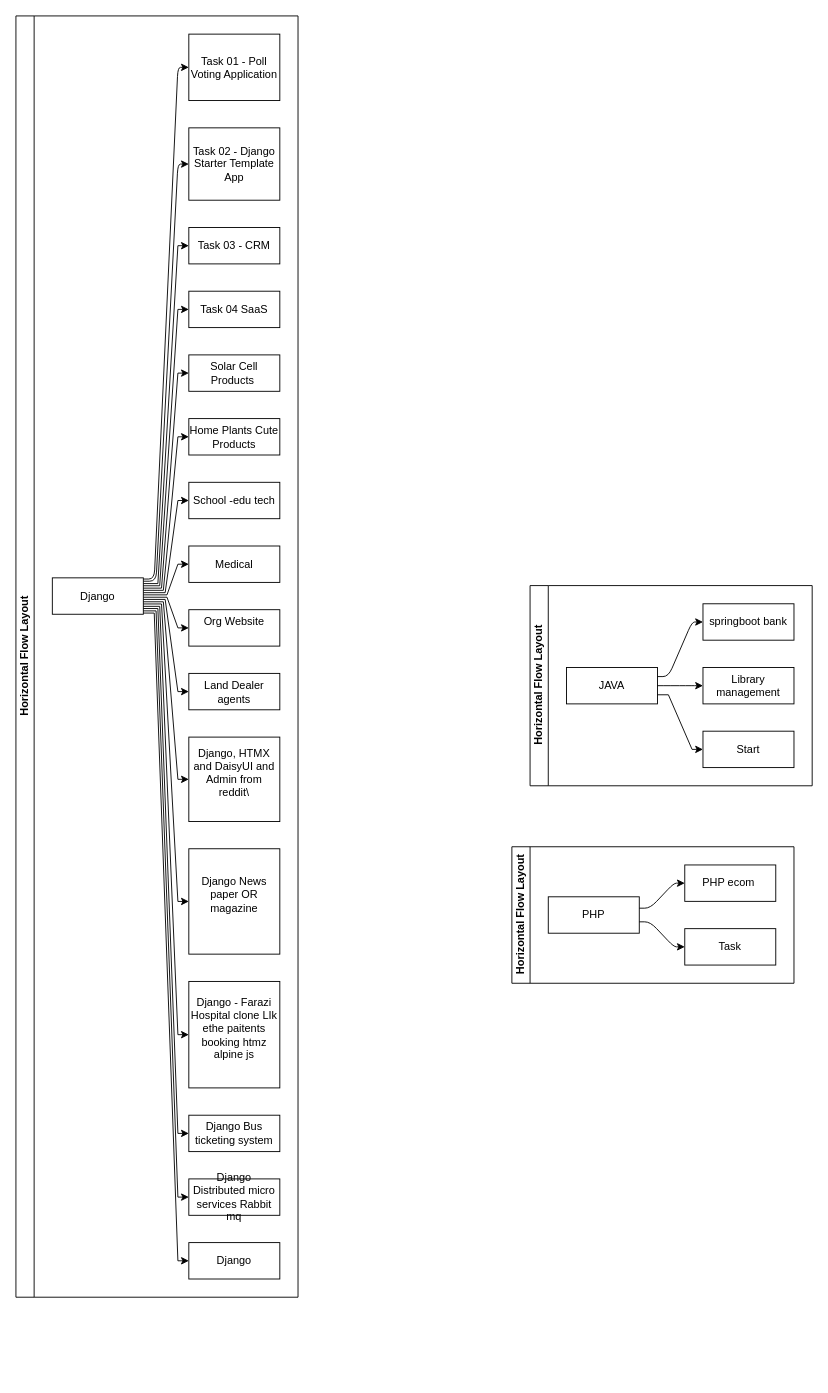
The draw.io diagram mindmaps - 001 Diagram.drawio in sip005/drawio_01, before the edit. Source tidied: cells renumbered, new cells numbered last; positions are measured from the earlier drawing's top-left corner, leaving out a move shared by most shapes. Both pictures are drawn from the tidied source at 91%, with x=0, y=0 at pixel (15, 15).
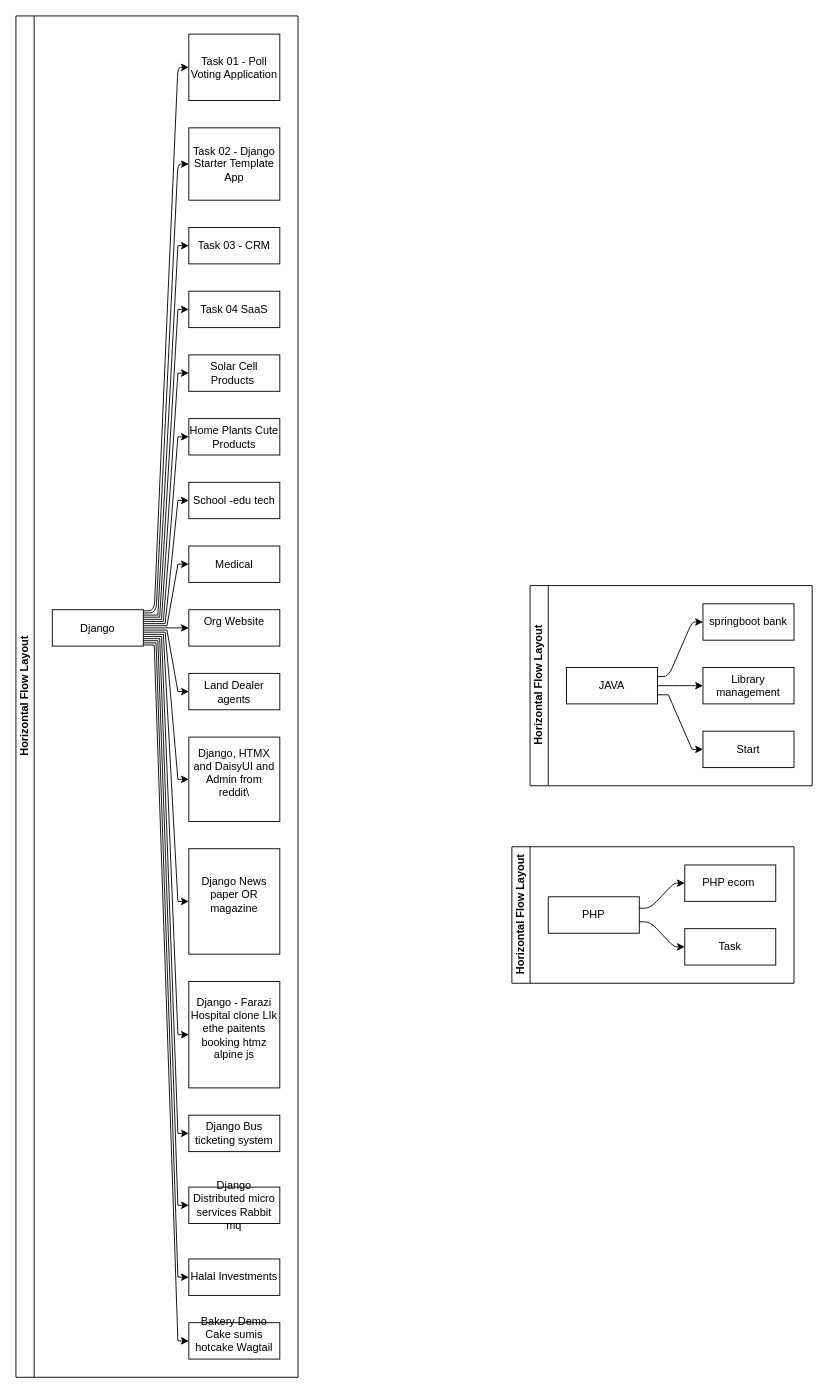
The same page after the edit.

Unchanged cells that the change refers to:
```xml
<mxCell id="4" value="Task 01 - Poll Voting Application" style="whiteSpace=wrap;html=1;" parent="2" vertex="1">
  <mxGeometry x="190" y="20" width="100" height="73" as="geometry" />
</mxCell>
<mxCell id="6" value="Task 02 - Django Starter Template App" style="whiteSpace=wrap;html=1;" parent="2" vertex="1">
  <mxGeometry x="190" y="123" width="100" height="79.5" as="geometry" />
</mxCell>
<mxCell id="9" value="Task 03 - CRM" style="whiteSpace=wrap;html=1;" parent="2" vertex="1">
  <mxGeometry x="190" y="232.5" width="100" height="40" as="geometry" />
</mxCell>
<mxCell id="11" value="Task 04 SaaS" style="whiteSpace=wrap;html=1;" parent="2" vertex="1">
  <mxGeometry x="190" y="302.5" width="100" height="40" as="geometry" />
</mxCell>
<mxCell id="13" value="Solar Cell Products&amp;nbsp;" style="whiteSpace=wrap;html=1;" parent="2" vertex="1">
  <mxGeometry x="190" y="372.5" width="100" height="40" as="geometry" />
</mxCell>
<mxCell id="15" value="Home Plants Cute Products" style="whiteSpace=wrap;html=1;" parent="2" vertex="1">
  <mxGeometry x="190" y="442.5" width="100" height="40" as="geometry" />
</mxCell>
<mxCell id="17" value="School -edu tech" style="whiteSpace=wrap;html=1;" parent="2" vertex="1">
  <mxGeometry x="190" y="512.5" width="100" height="40" as="geometry" />
</mxCell>
<mxCell id="19" value="Medical" style="whiteSpace=wrap;html=1;" parent="2" vertex="1">
  <mxGeometry x="190" y="582.5" width="100" height="40" as="geometry" />
</mxCell>
<mxCell id="21" value="Org Website&lt;div&gt;&lt;br&gt;&lt;/div&gt;" style="whiteSpace=wrap;html=1;" parent="2" vertex="1">
  <mxGeometry x="190" y="652.5" width="100" height="40" as="geometry" />
</mxCell>
<mxCell id="23" value="Land Dealer agents" style="whiteSpace=wrap;html=1;" parent="2" vertex="1">
  <mxGeometry x="190" y="722.5" width="100" height="40" as="geometry" />
</mxCell>
<mxCell id="25" value="Django, HTMX and DaisyUI and Admin from reddit\&lt;div&gt;&lt;br&gt;&lt;/div&gt;" style="whiteSpace=wrap;html=1;" parent="2" vertex="1">
  <mxGeometry x="190" y="792.5" width="100" height="92.8" as="geometry" />
</mxCell>
<mxCell id="27" value="Django News paper OR magazine&lt;div&gt;&lt;br&gt;&lt;/div&gt;" style="whiteSpace=wrap;html=1;" parent="2" vertex="1">
  <mxGeometry x="190" y="915.2" width="100" height="115.8" as="geometry" />
</mxCell>
<mxCell id="29" value="Django - Farazi Hospital clone LIk ethe paitents booking htmz alpine js&lt;div&gt;&lt;br&gt;&lt;/div&gt;" style="whiteSpace=wrap;html=1;" parent="2" vertex="1">
  <mxGeometry x="190" y="1061" width="100" height="117" as="geometry" />
</mxCell>
<mxCell id="31" value="Django Bus ticketing system" style="whiteSpace=wrap;html=1;" parent="2" vertex="1">
  <mxGeometry x="190" y="1208" width="100" height="40" as="geometry" />
</mxCell>
```

What changed in the source:
```diff
@@
     <mxCell id="2" value="Horizontal Flow Layout" style="swimlane;html=1;startSize=20;horizontal=0;flowOrientation=west;interRankCellSpacing=50;containerType=tree;fontSize=12;" parent="1" vertex="1">
-      <mxGeometry width="310" height="1408" as="geometry" />
+      <mxGeometry width="310" height="1496" as="geometry" />
     </mxCell>
     <mxCell id="3" value="Django" style="whiteSpace=wrap;html=1;" parent="2" vertex="1">
-      <mxGeometry x="40" y="617.5" width="100" height="40" as="geometry" />
+      <mxGeometry x="40" y="652.5" width="100" height="40" as="geometry" />
     </mxCell>
@@
     <mxCell id="5" style="html=1;rounded=1;curved=0;sourcePerimeterSpacing=0;targetPerimeterSpacing=0;startSize=6;endSize=6;noEdgeStyle=1;orthogonal=1;" parent="2" edge="1" source="3" target="4">
       <mxGeometry relative="1" as="geometry">
         <Array as="points">
-          <mxPoint x="152" y="618.8" />
+          <mxPoint x="152" y="653.7" />
           <mxPoint x="178" y="56.5" />
         </Array>
       </mxGeometry>
     </mxCell>
@@
     <mxCell id="7" style="html=1;rounded=1;curved=0;sourcePerimeterSpacing=0;targetPerimeterSpacing=0;startSize=6;endSize=6;noEdgeStyle=1;orthogonal=1;" parent="2" edge="1" source="3" target="6">
       <mxGeometry relative="1" as="geometry">
         <Array as="points">
-          <mxPoint x="154" y="621.2" />
+          <mxPoint x="154" y="656" />
           <mxPoint x="178" y="162.8" />
         </Array>
       </mxGeometry>
     </mxCell>
     <mxCell id="8" style="edgeStyle=orthogonalEdgeStyle;rounded=0;jettySize=auto;html=1;noEdgeStyle=1;orthogonal=1;" parent="2" edge="1" source="3" target="9">
       <mxGeometry relative="1" as="geometry">
         <Array as="points">
-          <mxPoint x="156" y="623.8" />
+          <mxPoint x="156" y="658.4" />
           <mxPoint x="178" y="252.5" />
         </Array>
       </mxGeometry>
     </mxCell>
@@
     <mxCell id="10" style="edgeStyle=orthogonalEdgeStyle;rounded=0;jettySize=auto;html=1;noEdgeStyle=1;orthogonal=1;" parent="2" edge="1" source="3" target="11">
       <mxGeometry relative="1" as="geometry">
         <Array as="points">
-          <mxPoint x="158" y="626.2" />
+          <mxPoint x="158" y="660.7" />
           <mxPoint x="178" y="322.5" />
         </Array>
       </mxGeometry>
     </mxCell>
@@
     <mxCell id="12" style="edgeStyle=orthogonalEdgeStyle;rounded=0;jettySize=auto;html=1;noEdgeStyle=1;orthogonal=1;" parent="2" edge="1" source="3" target="13">
       <mxGeometry relative="1" as="geometry">
         <Array as="points">
-          <mxPoint x="160" y="628.8" />
+          <mxPoint x="160" y="663.1" />
           <mxPoint x="178" y="392.5" />
         </Array>
       </mxGeometry>
     </mxCell>
@@
     <mxCell id="14" style="edgeStyle=orthogonalEdgeStyle;rounded=0;jettySize=auto;html=1;noEdgeStyle=1;orthogonal=1;" parent="2" edge="1" source="3" target="15">
       <mxGeometry relative="1" as="geometry">
         <Array as="points">
-          <mxPoint x="162" y="631.2" />
+          <mxPoint x="162" y="665.4" />
           <mxPoint x="178" y="462.5" />
         </Array>
       </mxGeometry>
     </mxCell>
@@
     <mxCell id="16" style="edgeStyle=orthogonalEdgeStyle;rounded=0;jettySize=auto;html=1;noEdgeStyle=1;orthogonal=1;" parent="2" edge="1" source="3" target="17">
       <mxGeometry relative="1" as="geometry">
         <Array as="points">
-          <mxPoint x="164" y="633.8" />
+          <mxPoint x="164" y="667.8" />
           <mxPoint x="178" y="532.5" />
         </Array>
       </mxGeometry>
     </mxCell>
@@
     <mxCell id="18" style="edgeStyle=orthogonalEdgeStyle;rounded=0;jettySize=auto;html=1;noEdgeStyle=1;orthogonal=1;" parent="2" edge="1" source="3" target="19">
       <mxGeometry relative="1" as="geometry">
         <Array as="points">
-          <mxPoint x="166" y="636.2" />
+          <mxPoint x="166" y="670.1" />
           <mxPoint x="178" y="602.5" />
         </Array>
       </mxGeometry>
     </mxCell>
@@
     <mxCell id="20" style="edgeStyle=orthogonalEdgeStyle;rounded=0;jettySize=auto;html=1;noEdgeStyle=1;orthogonal=1;" parent="2" edge="1" source="3" target="21">
       <mxGeometry relative="1" as="geometry">
         <Array as="points">
-          <mxPoint x="166" y="638.8" />
+          <mxPoint x="168" y="672.5" />
           <mxPoint x="178" y="672.5" />
         </Array>
       </mxGeometry>
     </mxCell>
@@
     <mxCell id="22" style="edgeStyle=orthogonalEdgeStyle;rounded=0;jettySize=auto;html=1;noEdgeStyle=1;orthogonal=1;" parent="2" edge="1" source="3" target="23">
       <mxGeometry relative="1" as="geometry">
         <Array as="points">
-          <mxPoint x="164" y="641.2" />
+          <mxPoint x="166" y="674.9" />
           <mxPoint x="178" y="742.5" />
         </Array>
       </mxGeometry>
     </mxCell>
@@
     <mxCell id="24" style="edgeStyle=orthogonalEdgeStyle;rounded=0;jettySize=auto;html=1;noEdgeStyle=1;orthogonal=1;" parent="2" edge="1" source="3" target="25">
       <mxGeometry relative="1" as="geometry">
         <Array as="points">
-          <mxPoint x="162" y="643.8" />
+          <mxPoint x="164" y="677.2" />
           <mxPoint x="178" y="838.9" />
         </Array>
       </mxGeometry>
     </mxCell>
@@
     <mxCell id="26" style="edgeStyle=orthogonalEdgeStyle;rounded=0;jettySize=auto;html=1;noEdgeStyle=1;orthogonal=1;" parent="2" edge="1" source="3" target="27">
       <mxGeometry relative="1" as="geometry">
         <Array as="points">
-          <mxPoint x="160" y="646.2" />
+          <mxPoint x="162" y="679.6" />
           <mxPoint x="178" y="973.1" />
         </Array>
       </mxGeometry>
     </mxCell>
@@
     <mxCell id="28" style="edgeStyle=orthogonalEdgeStyle;rounded=0;jettySize=auto;html=1;noEdgeStyle=1;orthogonal=1;" parent="2" edge="1" source="3" target="29">
       <mxGeometry relative="1" as="geometry">
         <Array as="points">
-          <mxPoint x="158" y="648.8" />
+          <mxPoint x="160" y="681.9" />
           <mxPoint x="178" y="1119.5" />
         </Array>
       </mxGeometry>
     </mxCell>
@@
     <mxCell id="30" style="edgeStyle=orthogonalEdgeStyle;rounded=0;jettySize=auto;html=1;noEdgeStyle=1;orthogonal=1;" parent="2" edge="1" source="3" target="31">
       <mxGeometry relative="1" as="geometry">
         <Array as="points">
-          <mxPoint x="156" y="651.2" />
+          <mxPoint x="158" y="684.3" />
           <mxPoint x="178" y="1228" />
         </Array>
       </mxGeometry>
     </mxCell>
@@
     <mxCell id="32" style="edgeStyle=orthogonalEdgeStyle;rounded=0;jettySize=auto;html=1;noEdgeStyle=1;orthogonal=1;" parent="2" edge="1" source="3" target="33">
       <mxGeometry relative="1" as="geometry">
         <Array as="points">
-          <mxPoint x="154" y="653.8" />
-          <mxPoint x="178" y="1298" />
+          <mxPoint x="156" y="686.6" />
+          <mxPoint x="178" y="1307" />
         </Array>
       </mxGeometry>
     </mxCell>
     <mxCell id="33" value="Django Distributed micro services Rabbit mq" style="whiteSpace=wrap;html=1;" parent="2" vertex="1">
-      <mxGeometry x="190" y="1278" width="100" height="40" as="geometry" />
+      <mxGeometry x="190" y="1287" width="100" height="40" as="geometry" />
     </mxCell>
     <mxCell id="34" style="edgeStyle=orthogonalEdgeStyle;rounded=0;jettySize=auto;html=1;noEdgeStyle=1;orthogonal=1;" parent="2" edge="1" source="3" target="35">
       <mxGeometry relative="1" as="geometry">
         <Array as="points">
-          <mxPoint x="152" y="656.2" />
-          <mxPoint x="178" y="1368" />
+          <mxPoint x="154" y="689" />
+          <mxPoint x="178" y="1386" />
         </Array>
       </mxGeometry>
     </mxCell>
-    <mxCell id="35" value="Django" style="whiteSpace=wrap;html=1;" parent="2" vertex="1">
-      <mxGeometry x="190" y="1348" width="100" height="40" as="geometry" />
+    <mxCell id="35" value="Halal Investments" style="whiteSpace=wrap;html=1;" parent="2" vertex="1">
+      <mxGeometry x="190" y="1366" width="100" height="40" as="geometry" />
     </mxCell>
+    <mxCell id="50" style="edgeStyle=orthogonalEdgeStyle;rounded=0;jettySize=auto;html=1;noEdgeStyle=1;orthogonal=1;" parent="2" edge="1" source="3" target="51">
+      <mxGeometry relative="1" as="geometry">
+        <Array as="points">
+          <mxPoint x="152" y="691.3" />
+          <mxPoint x="178" y="1456" />
+        </Array>
+      </mxGeometry>
+    </mxCell>
+    <mxCell id="51" value="Bakery Demo Cake sumis hotcake Wagtail&lt;div&gt;&lt;br&gt;&lt;/div&gt;" style="whiteSpace=wrap;html=1;" parent="2" vertex="1">
+      <mxGeometry x="190" y="1436" width="100" height="40" as="geometry" />
+    </mxCell>
```
